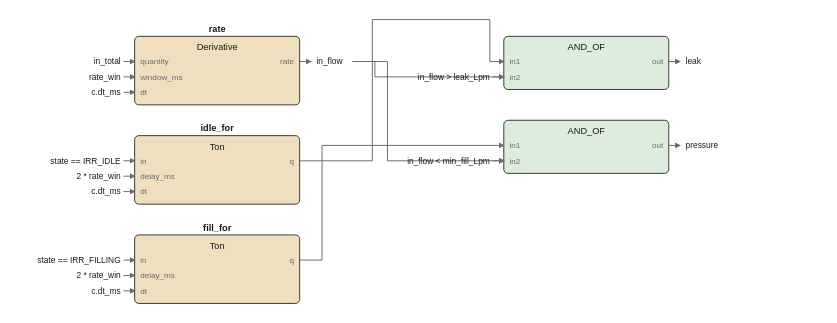
This is images/logic/irr_mtr_input_fbd.drawio.svg from pstch/botanik2, a draw.io export, as it was before one commit. Source tidied: cells renumbered, new cells last; positions are measured from the earlier drawing's top-left corner, leaving out a move shared by most shapes.
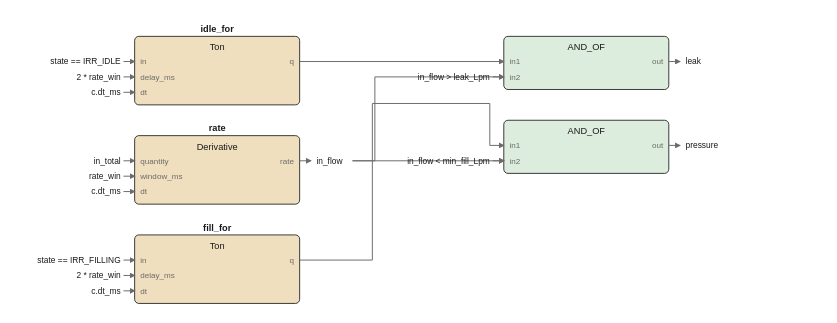
The same file after the commit.

The edit, as a diff of the source:
```diff
@@ -5,43 +5,43 @@
     <mxCell id="2" style="rounded=1;fillColor=#f0dfbe;strokeColor=#1a1a1a;whiteSpace=wrap;html=1;fontSize=8;" parent="1" vertex="1">
       <mxGeometry x="10" y="12" width="118" height="49" as="geometry" />
     </mxCell>
-    <mxCell id="3" value="rate" style="text;html=1;fontSize=6;fontColor=#1a1a1a;align=center;fontStyle=1;" parent="1" vertex="1">
+    <mxCell id="3" value="idle_for" style="text;html=1;fontSize=6;fontColor=#1a1a1a;align=center;fontStyle=1;" parent="1" vertex="1">
       <mxGeometry x="69" y="2.4" width="40" height="10.6" as="geometry" />
     </mxCell>
-    <mxCell id="4" value="Derivative" style="text;html=1;fontSize=6;fontColor=#1a1a1a;align=center;" parent="1" vertex="1">
-      <mxGeometry x="69" y="15.4" width="50" height="10.6" as="geometry" />
+    <mxCell id="4" value="Ton" style="text;html=1;fontSize=6;fontColor=#1a1a1a;align=center;" parent="1" vertex="1">
+      <mxGeometry x="69" y="15.4" width="40" height="10.6" as="geometry" />
     </mxCell>
-    <mxCell id="5" value="quantity" style="text;html=1;fontSize=5;fontColor=#6b6b6b;align=left;" parent="1" vertex="1">
+    <mxCell id="5" value="in" style="text;html=1;fontSize=5;fontColor=#6b6b6b;align=left;" parent="1" vertex="1">
       <mxGeometry x="14" y="26.2" width="40" height="9.8" as="geometry" />
     </mxCell>
-    <mxCell id="6" value="window_ms" style="text;html=1;fontSize=5;fontColor=#6b6b6b;align=left;" parent="1" vertex="1">
-      <mxGeometry x="14" y="37.2" width="45" height="9.8" as="geometry" />
+    <mxCell id="6" value="delay_ms" style="text;html=1;fontSize=5;fontColor=#6b6b6b;align=left;" parent="1" vertex="1">
+      <mxGeometry x="14" y="37.2" width="40" height="9.8" as="geometry" />
     </mxCell>
     <mxCell id="7" value="dt" style="text;html=1;fontSize=5;fontColor=#6b6b6b;align=left;" parent="1" vertex="1">
       <mxGeometry x="14" y="48.2" width="40" height="9.8" as="geometry" />
     </mxCell>
-    <mxCell id="8" value="rate" style="text;html=1;fontSize=5;fontColor=#6b6b6b;align=left;" parent="1" vertex="1">
+    <mxCell id="8" value="q" style="text;html=1;fontSize=5;fontColor=#6b6b6b;align=left;" parent="1" vertex="1">
       <mxGeometry x="124" y="26.2" width="40" height="9.8" as="geometry" />
     </mxCell>
     <mxCell id="9" style="rounded=1;fillColor=#f0dfbe;strokeColor=#1a1a1a;whiteSpace=wrap;html=1;fontSize=8;" parent="1" vertex="1">
       <mxGeometry x="10" y="83" width="118" height="49" as="geometry" />
     </mxCell>
-    <mxCell id="10" value="idle_for" style="text;html=1;fontSize=6;fontColor=#1a1a1a;align=center;fontStyle=1;" parent="1" vertex="1">
+    <mxCell id="10" value="rate" style="text;html=1;fontSize=6;fontColor=#1a1a1a;align=center;fontStyle=1;" parent="1" vertex="1">
       <mxGeometry x="69" y="73.4" width="40" height="10.6" as="geometry" />
     </mxCell>
-    <mxCell id="11" value="Ton" style="text;html=1;fontSize=6;fontColor=#1a1a1a;align=center;" parent="1" vertex="1">
-      <mxGeometry x="69" y="86.4" width="40" height="10.6" as="geometry" />
+    <mxCell id="11" value="Derivative" style="text;html=1;fontSize=6;fontColor=#1a1a1a;align=center;" parent="1" vertex="1">
+      <mxGeometry x="69" y="86.4" width="50" height="10.6" as="geometry" />
     </mxCell>
-    <mxCell id="12" value="in" style="text;html=1;fontSize=5;fontColor=#6b6b6b;align=left;" parent="1" vertex="1">
+    <mxCell id="12" value="quantity" style="text;html=1;fontSize=5;fontColor=#6b6b6b;align=left;" parent="1" vertex="1">
       <mxGeometry x="14" y="97.2" width="40" height="9.8" as="geometry" />
     </mxCell>
-    <mxCell id="13" value="delay_ms" style="text;html=1;fontSize=5;fontColor=#6b6b6b;align=left;" parent="1" vertex="1">
-      <mxGeometry x="14" y="108.2" width="40" height="9.8" as="geometry" />
+    <mxCell id="13" value="window_ms" style="text;html=1;fontSize=5;fontColor=#6b6b6b;align=left;" parent="1" vertex="1">
+      <mxGeometry x="14" y="108.2" width="45" height="9.8" as="geometry" />
     </mxCell>
     <mxCell id="14" value="dt" style="text;html=1;fontSize=5;fontColor=#6b6b6b;align=left;" parent="1" vertex="1">
       <mxGeometry x="14" y="119.2" width="40" height="9.8" as="geometry" />
     </mxCell>
-    <mxCell id="15" value="q" style="text;html=1;fontSize=5;fontColor=#6b6b6b;align=left;" parent="1" vertex="1">
+    <mxCell id="15" value="rate" style="text;html=1;fontSize=5;fontColor=#6b6b6b;align=left;" parent="1" vertex="1">
       <mxGeometry x="124" y="97.2" width="40" height="9.8" as="geometry" />
     </mxCell>
     <mxCell id="16" style="rounded=1;fillColor=#f0dfbe;strokeColor=#1a1a1a;whiteSpace=wrap;html=1;fontSize=8;" parent="1" vertex="1">
@@ -97,12 +97,12 @@
     </mxCell>
     <mxCell id="33" style="edgeStyle=none;html=1;strokeColor=#6b6b6b;endArrow=block;" parent="1" edge="1">
       <mxGeometry relative="1" as="geometry">
-        <mxPoint x="128" y="30" as="sourcePoint" />
-        <mxPoint x="136" y="30" as="targetPoint" />
+        <mxPoint x="128" y="101" as="sourcePoint" />
+        <mxPoint x="136" y="101" as="targetPoint" />
       </mxGeometry>
     </mxCell>
     <mxCell id="34" value="in_flow" style="text;html=1;fontSize=6;fontColor=#1a1a1a;align=left;" parent="1" vertex="1">
-      <mxGeometry x="140" y="26" width="40" height="10" as="geometry" />
+      <mxGeometry x="140" y="97" width="40" height="10" as="geometry" />
     </mxCell>
     <mxCell id="35" style="edgeStyle=none;html=1;strokeColor=#6b6b6b;endArrow=block;" parent="1" edge="1">
       <mxGeometry relative="1" as="geometry">
@@ -124,22 +124,16 @@
     </mxCell>
     <mxCell id="39" style="edgeStyle=none;html=1;strokeColor=#6b6b6b;endArrow=block;" parent="1" edge="1">
       <mxGeometry relative="1" as="geometry">
-        <mxPoint x="128" y="101" as="sourcePoint" />
+        <mxPoint x="128" y="30" as="sourcePoint" />
         <mxPoint x="274" y="30" as="targetPoint" />
-        <Array as="points">
-          <mxPoint x="180" y="101" />
-          <mxPoint x="180" />
-          <mxPoint x="264" />
-          <mxPoint x="264" y="30" />
-        </Array>
       </mxGeometry>
     </mxCell>
     <mxCell id="40" style="edgeStyle=none;html=1;strokeColor=#6b6b6b;endArrow=block;" parent="1" edge="1">
       <mxGeometry relative="1" as="geometry">
-        <mxPoint x="165.8" y="30" as="sourcePoint" />
+        <mxPoint x="165.8" y="101" as="sourcePoint" />
         <mxPoint x="274" y="41" as="targetPoint" />
         <Array as="points">
-          <mxPoint x="181.8" y="30" />
+          <mxPoint x="181.8" y="101" />
           <mxPoint x="181.8" y="41" />
         </Array>
       </mxGeometry>
@@ -149,73 +143,71 @@
         <mxPoint x="128" y="172" as="sourcePoint" />
         <mxPoint x="274" y="90" as="targetPoint" />
         <Array as="points">
-          <mxPoint x="144" y="172" />
-          <mxPoint x="144" y="90" />
+          <mxPoint x="180" y="172" />
+          <mxPoint x="180" y="60" />
+          <mxPoint x="264" y="60" />
+          <mxPoint x="264" y="90" />
         </Array>
       </mxGeometry>
     </mxCell>
     <mxCell id="42" style="edgeStyle=none;html=1;strokeColor=#6b6b6b;endArrow=block;" parent="1" edge="1">
       <mxGeometry relative="1" as="geometry">
-        <mxPoint x="165.8" y="30" as="sourcePoint" />
+        <mxPoint x="165.8" y="101" as="sourcePoint" />
         <mxPoint x="274" y="101" as="targetPoint" />
-        <Array as="points">
-          <mxPoint x="190.8" y="30" />
-          <mxPoint x="190.8" y="101" />
-        </Array>
       </mxGeometry>
     </mxCell>
     <mxCell id="43" value="in_total" style="text;html=1;fontSize=6;fontColor=#1a1a1a;align=left;" parent="1" vertex="1">
-      <mxGeometry y="26" width="40" height="10" as="geometry" />
+      <mxGeometry y="97" width="40" height="10" as="geometry" />
     </mxCell>
     <mxCell id="44" style="edgeStyle=none;html=1;strokeColor=#6b6b6b;endArrow=block;" parent="1" edge="1">
       <mxGeometry relative="1" as="geometry">
-        <mxPoint x="2" y="30" as="sourcePoint" />
-        <mxPoint x="10" y="30" as="targetPoint" />
+        <mxPoint x="2" y="101" as="sourcePoint" />
+        <mxPoint x="10" y="101" as="targetPoint" />
       </mxGeometry>
     </mxCell>
     <mxCell id="45" value="rate_win" style="text;html=1;fontSize=6;fontColor=#1a1a1a;align=left;" parent="1" vertex="1">
-      <mxGeometry y="37" width="40" height="10" as="geometry" />
+      <mxGeometry y="108" width="40" height="10" as="geometry" />
     </mxCell>
     <mxCell id="46" style="edgeStyle=none;html=1;strokeColor=#6b6b6b;endArrow=block;" parent="1" edge="1">
       <mxGeometry relative="1" as="geometry">
-        <mxPoint x="2" y="41" as="sourcePoint" />
-        <mxPoint x="10" y="41" as="targetPoint" />
+        <mxPoint x="2" y="112" as="sourcePoint" />
+        <mxPoint x="10" y="112" as="targetPoint" />
       </mxGeometry>
     </mxCell>
     <mxCell id="47" value="c.dt_ms" style="text;html=1;fontSize=6;fontColor=#1a1a1a;align=left;" parent="1" vertex="1">
-      <mxGeometry y="48" width="40" height="10" as="geometry" />
+      <mxGeometry y="119" width="40" height="10" as="geometry" />
     </mxCell>
     <mxCell id="48" style="edgeStyle=none;html=1;strokeColor=#6b6b6b;endArrow=block;" parent="1" edge="1">
       <mxGeometry relative="1" as="geometry">
-        <mxPoint x="2" y="52" as="sourcePoint" />
-        <mxPoint x="10" y="52" as="targetPoint" />
+        <mxPoint x="2" y="123" as="sourcePoint" />
+        <mxPoint x="10" y="123" as="targetPoint" />
       </mxGeometry>
     </mxCell>
     <mxCell id="49" value="state == IRR_IDLE" style="text;html=1;fontSize=6;fontColor=#1a1a1a;align=left;" parent="1" vertex="1">
-      <mxGeometry y="97" width="85" height="10" as="geometry" />
+      <mxGeometry y="26" width="85" height="10" as="geometry" />
     </mxCell>
     <mxCell id="50" style="edgeStyle=none;html=1;strokeColor=#6b6b6b;endArrow=block;" parent="1" edge="1">
       <mxGeometry relative="1" as="geometry">
-        <mxPoint x="2" y="101" as="sourcePoint" />
-        <mxPoint x="10" y="101" as="targetPoint" />
+        <mxPoint x="2" y="30" as="sourcePoint" />
+        <mxPoint x="10" y="30" as="targetPoint" />
       </mxGeometry>
     </mxCell>
     <mxCell id="51" value="2 * rate_win" style="text;html=1;fontSize=6;fontColor=#1a1a1a;align=left;" parent="1" vertex="1">
-      <mxGeometry y="108" width="60" height="10" as="geometry" />
+      <mxGeometry y="37" width="60" height="10" as="geometry" />
     </mxCell>
     <mxCell id="52" style="edgeStyle=none;html=1;strokeColor=#6b6b6b;endArrow=block;" parent="1" edge="1">
       <mxGeometry relative="1" as="geometry">
-        <mxPoint x="2" y="112" as="sourcePoint" />
-        <mxPoint x="10" y="112" as="targetPoint" />
+        <mxPoint x="2" y="41" as="sourcePoint" />
+        <mxPoint x="10" y="41" as="targetPoint" />
       </mxGeometry>
     </mxCell>
     <mxCell id="53" value="c.dt_ms" style="text;html=1;fontSize=6;fontColor=#1a1a1a;align=left;" parent="1" vertex="1">
-      <mxGeometry y="119" width="40" height="10" as="geometry" />
+      <mxGeometry y="48" width="40" height="10" as="geometry" />
     </mxCell>
     <mxCell id="54" style="edgeStyle=none;html=1;strokeColor=#6b6b6b;endArrow=block;" parent="1" edge="1">
       <mxGeometry relative="1" as="geometry">
-        <mxPoint x="2" y="123" as="sourcePoint" />
-        <mxPoint x="10" y="123" as="targetPoint" />
+        <mxPoint x="2" y="52" as="sourcePoint" />
+        <mxPoint x="10" y="52" as="targetPoint" />
       </mxGeometry>
     </mxCell>
     <mxCell id="55" value="in_flow &gt; leak_Lpm" style="text;html=1;fontSize=6;fontColor=#1a1a1a;align=left;" parent="1" vertex="1">
```
